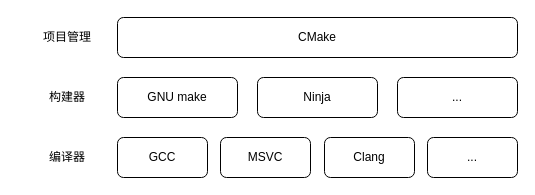
This is notes/programming/cmake/images/01_cmake_intro_1.drawio from ZhixuanChang/zhixuanchang.github.io, a draw.io file, before an edit. Source tidied: cells renumbered, new cells numbered last; positions are measured from the earlier drawing's top-left corner, leaving out a move shared by most shapes. Both pictures are drawn from the tidied source at 100%, with x=0, y=0 at pixel (37, 17).
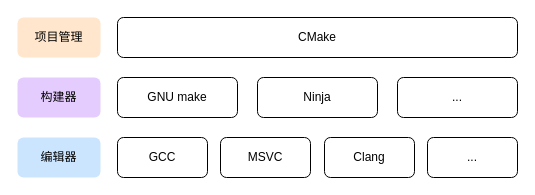
The same page after the edit.

Commit message (it also covers changes not shown here):
[UPD] 更新了CMake配图中的配色

What changed in the source:
```diff
@@
 <mxGraphModel>
   <root>
     <mxCell id="0" />
     <mxCell id="1" parent="0" />
     <mxCell id="2" value="CMake" style="rounded=1;whiteSpace=wrap;html=1;" parent="1" vertex="1">
       <mxGeometry x="80" width="400" height="40" as="geometry" />
     </mxCell>
     <mxCell id="3" value="GNU make" style="rounded=1;whiteSpace=wrap;html=1;" parent="1" vertex="1">
       <mxGeometry x="80" y="60" width="120" height="40" as="geometry" />
     </mxCell>
     <mxCell id="4" value="Ninja" style="rounded=1;whiteSpace=wrap;html=1;" parent="1" vertex="1">
       <mxGeometry x="220" y="60" width="120" height="40" as="geometry" />
     </mxCell>
     <mxCell id="5" value="..." style="rounded=1;whiteSpace=wrap;html=1;" parent="1" vertex="1">
       <mxGeometry x="360" y="60" width="120" height="40" as="geometry" />
     </mxCell>
     <mxCell id="6" value="GCC" style="rounded=1;whiteSpace=wrap;html=1;" parent="1" vertex="1">
       <mxGeometry x="80" y="120" width="90" height="40" as="geometry" />
     </mxCell>
     <mxCell id="7" value="MSVC" style="rounded=1;whiteSpace=wrap;html=1;" parent="1" vertex="1">
       <mxGeometry x="183" y="120" width="90" height="40" as="geometry" />
     </mxCell>
     <mxCell id="8" value="Clang" style="rounded=1;whiteSpace=wrap;html=1;" parent="1" vertex="1">
       <mxGeometry x="287" y="120" width="90" height="40" as="geometry" />
     </mxCell>
     <mxCell id="9" value="..." style="rounded=1;whiteSpace=wrap;html=1;" parent="1" vertex="1">
       <mxGeometry x="390" y="120" width="90" height="40" as="geometry" />
     </mxCell>
-    <mxCell id="10" value="编译器" style="text;html=1;align=center;verticalAlign=middle;whiteSpace=wrap;rounded=0;" parent="1" vertex="1">
-      <mxGeometry y="125" width="60" height="30" as="geometry" />
-    </mxCell>
+    <mxCell id="12" value="项目管理" style="rounded=1;whiteSpace=wrap;html=1;strokeColor=none;fillColor=#FFE6CC;" parent="1" vertex="1">
+      <mxGeometry x="-20" width="83" height="40" as="geometry" />
+    </mxCell>
-    <mxCell id="11" value="构建器" style="text;html=1;align=center;verticalAlign=middle;whiteSpace=wrap;rounded=0;" parent="1" vertex="1">
-      <mxGeometry y="65" width="60" height="30" as="geometry" />
+    <mxCell id="11" value="构建器" style="rounded=1;whiteSpace=wrap;html=1;strokeColor=none;fillColor=#E5CCFF;" parent="1" vertex="1">
+      <mxGeometry x="-20" y="60" width="83" height="40" as="geometry" />
     </mxCell>
-    <mxCell id="12" value="项目管理" style="text;html=1;align=center;verticalAlign=middle;whiteSpace=wrap;rounded=0;" parent="1" vertex="1">
-      <mxGeometry y="5" width="60" height="30" as="geometry" />
-    </mxCell>
+    <mxCell id="13" value="编辑器" style="rounded=1;whiteSpace=wrap;html=1;strokeColor=none;fillColor=#CCE5FF;" parent="1" vertex="1">
+      <mxGeometry x="-20" y="120" width="83" height="40" as="geometry" />
+    </mxCell>
   </root>
 </mxGraphModel>
```
